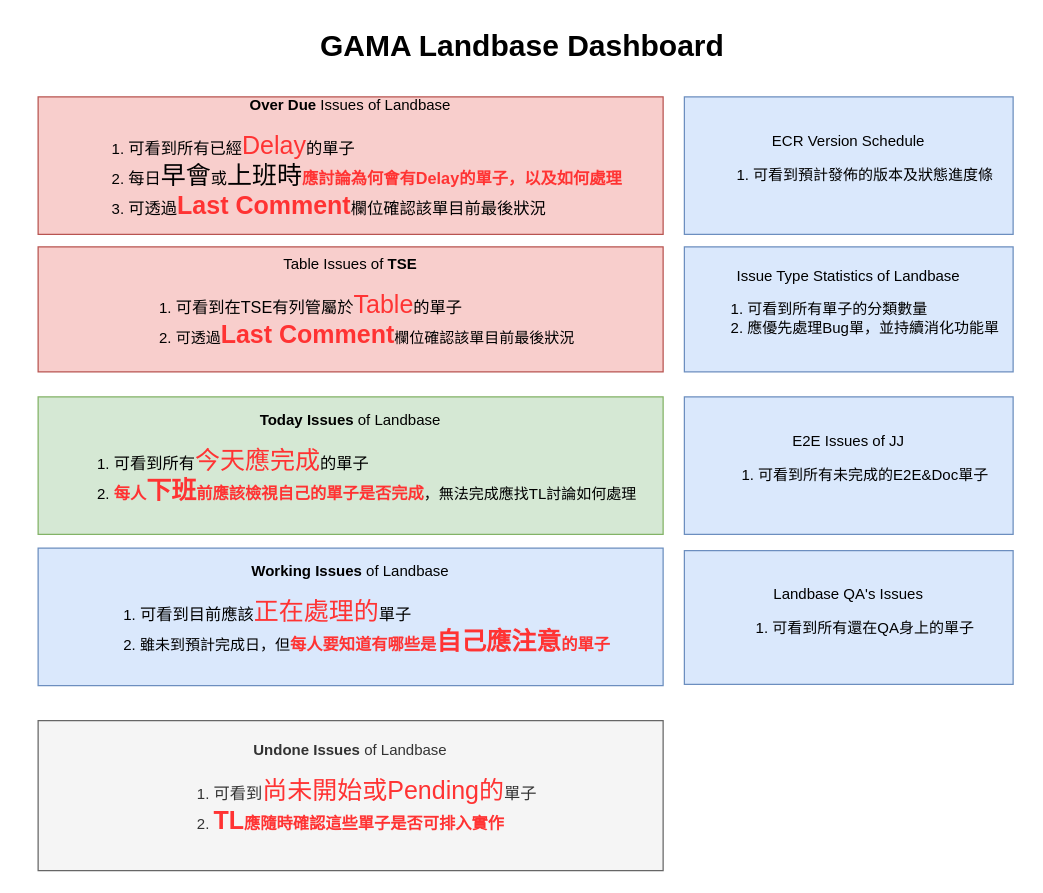
Above: Landbase Dashbase.drawio in pingle1202/JiraFlow (draw.io), before the change. Source tidied: cells renumbered, new cells numbered last; positions are measured from the earlier drawing's top-left corner, leaving out a move shared by most shapes. Both pictures are drawn from the tidied source at 125%, with x=0, y=0 at pixel (21, 21).
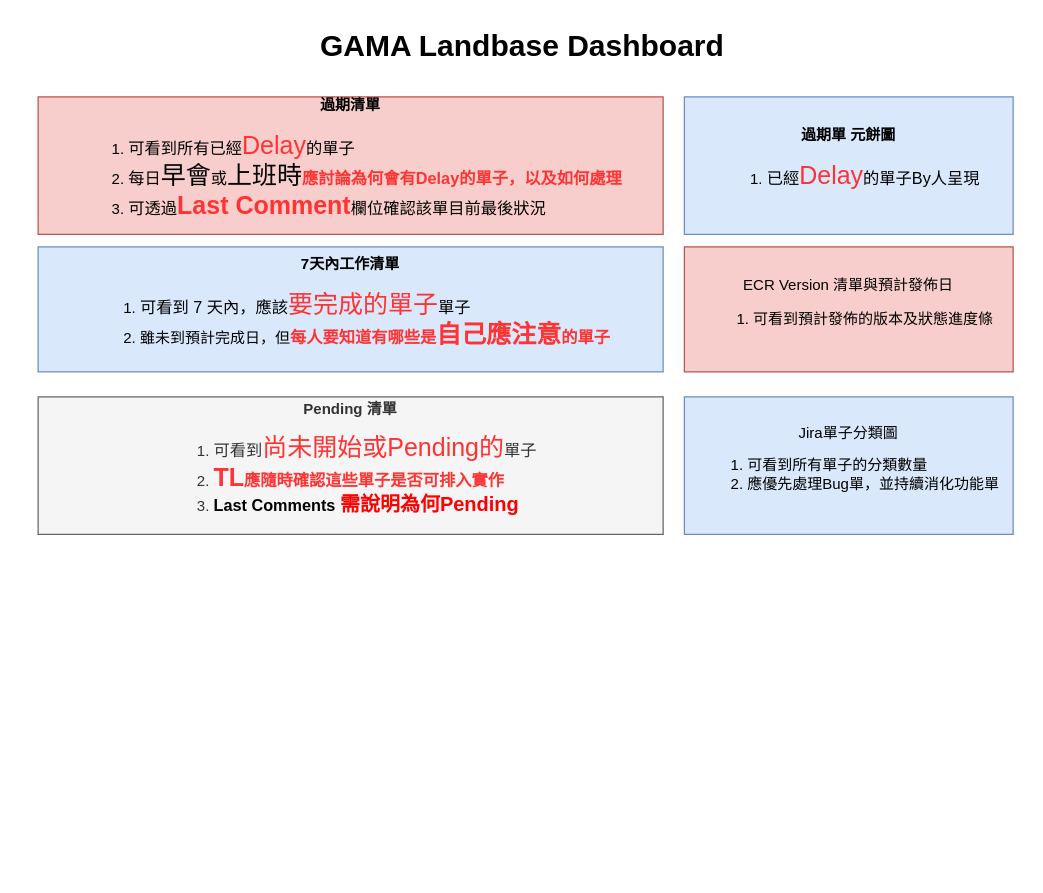
After the change.

Diff of the diagram source:
```diff
@@
 <mxGraphModel>
   <root>
     <mxCell id="0" />
     <mxCell id="1" parent="0" />
-    <mxCell id="2" value="&lt;b&gt;Over Due&lt;/b&gt; Issues of Landbase&lt;br&gt;&lt;ol&gt;&lt;li style=&quot;text-align: left&quot;&gt;&lt;span style=&quot;font-size: 13px&quot;&gt;可看到所有已經&lt;/span&gt;&lt;font style=&quot;font-size: 20px&quot; color=&quot;#ff3333&quot;&gt;Delay&lt;/font&gt;&lt;span style=&quot;font-size: 13px&quot;&gt;的單子&lt;/span&gt;&lt;/li&gt;&lt;li style=&quot;text-align: left&quot;&gt;&lt;span style=&quot;font-size: 13px&quot;&gt;每日&lt;/span&gt;&lt;font style=&quot;font-size: 20px&quot;&gt;早會&lt;/font&gt;&lt;span style=&quot;font-size: 13px&quot;&gt;或&lt;/span&gt;&lt;font style=&quot;font-size: 20px&quot;&gt;上班時&lt;/font&gt;&lt;font color=&quot;#ff3333&quot; style=&quot;font-size: 13px&quot;&gt;&lt;b&gt;應討論為何會有Delay的單子，以及如何處理&lt;/b&gt;&lt;/font&gt;&lt;/li&gt;&lt;li style=&quot;text-align: left&quot;&gt;&lt;span style=&quot;font-size: 13px&quot;&gt;可透過&lt;b style=&quot;font-size: 12px&quot;&gt;&lt;font color=&quot;#ff3333&quot; style=&quot;font-size: 20px&quot;&gt;Last Comment&lt;/font&gt;&lt;/b&gt;欄位確認該單目前最後狀況&lt;/span&gt;&lt;/li&gt;&lt;/ol&gt;" style="rounded=0;whiteSpace=wrap;html=1;fillColor=#f8cecc;strokeColor=#b85450;" parent="1" vertex="1">
+    <mxCell id="2" value="&lt;b&gt;過期清單&lt;/b&gt;&lt;br&gt;&lt;ol&gt;&lt;li style=&quot;text-align: left&quot;&gt;&lt;span style=&quot;font-size: 13px&quot;&gt;可看到所有已經&lt;/span&gt;&lt;font style=&quot;font-size: 20px&quot; color=&quot;#ff3333&quot;&gt;Delay&lt;/font&gt;&lt;span style=&quot;font-size: 13px&quot;&gt;的單子&lt;/span&gt;&lt;/li&gt;&lt;li style=&quot;text-align: left&quot;&gt;&lt;span style=&quot;font-size: 13px&quot;&gt;每日&lt;/span&gt;&lt;font style=&quot;font-size: 20px&quot;&gt;早會&lt;/font&gt;&lt;span style=&quot;font-size: 13px&quot;&gt;或&lt;/span&gt;&lt;font style=&quot;font-size: 20px&quot;&gt;上班時&lt;/font&gt;&lt;font color=&quot;#ff3333&quot; style=&quot;font-size: 13px&quot;&gt;&lt;b&gt;應討論為何會有Delay的單子，以及如何處理&lt;/b&gt;&lt;/font&gt;&lt;/li&gt;&lt;li style=&quot;text-align: left&quot;&gt;&lt;span style=&quot;font-size: 13px&quot;&gt;可透過&lt;b style=&quot;font-size: 12px&quot;&gt;&lt;font color=&quot;#ff3333&quot; style=&quot;font-size: 20px&quot;&gt;Last Comment&lt;/font&gt;&lt;/b&gt;欄位確認該單目前最後狀況&lt;/span&gt;&lt;/li&gt;&lt;/ol&gt;" style="rounded=0;whiteSpace=wrap;html=1;fillColor=#f8cecc;strokeColor=#b85450;" parent="1" vertex="1">
       <mxGeometry x="13" y="60" width="500" height="110" as="geometry" />
     </mxCell>
-    <mxCell id="3" value="ECR Version Schedule&lt;br&gt;&lt;div style=&quot;text-align: left&quot;&gt;&lt;ol&gt;&lt;li&gt;可看到預計發佈的版本及狀態進度條&lt;/li&gt;&lt;/ol&gt;&lt;/div&gt;" style="rounded=0;whiteSpace=wrap;html=1;fillColor=#dae8fc;strokeColor=#6c8ebf;" parent="1" vertex="1">
-      <mxGeometry x="530" y="60" width="263" height="110" as="geometry" />
+    <mxCell id="3" value="ECR Version 清單與預計發佈日&lt;br&gt;&lt;div style=&quot;text-align: left&quot;&gt;&lt;ol&gt;&lt;li&gt;可看到預計發佈的版本及狀態進度條&lt;/li&gt;&lt;/ol&gt;&lt;/div&gt;" style="rounded=0;whiteSpace=wrap;html=1;fillColor=#f8cecc;strokeColor=#b85450;" parent="1" vertex="1">
+      <mxGeometry x="530" y="180" width="263" height="100" as="geometry" />
     </mxCell>
-    <mxCell id="4" value="&lt;b&gt;Today Issues&lt;/b&gt; of Landbase&lt;br&gt;&lt;ol&gt;&lt;li style=&quot;text-align: left&quot;&gt;&lt;span style=&quot;font-size: 13px&quot;&gt;可看到所有&lt;/span&gt;&lt;font style=&quot;font-size: 20px&quot; color=&quot;#ff3333&quot;&gt;今天應完成&lt;/font&gt;&lt;span style=&quot;font-size: 13px&quot;&gt;的單子&lt;/span&gt;&lt;/li&gt;&lt;li style=&quot;text-align: left&quot;&gt;&lt;font color=&quot;#ff3333&quot;&gt;&lt;b&gt;&lt;span style=&quot;font-size: 13px&quot;&gt;每人&lt;/span&gt;&lt;font style=&quot;font-size: 20px&quot;&gt;下班&lt;/font&gt;&lt;span style=&quot;font-size: 13px&quot;&gt;前應該檢視自己的單子是否完成&lt;/span&gt;&lt;/b&gt;&lt;/font&gt;，無法完成應找TL討論如何處理&lt;/li&gt;&lt;/ol&gt;" style="rounded=0;whiteSpace=wrap;html=1;fillColor=#d5e8d4;strokeColor=#82b366;" parent="1" vertex="1">
-      <mxGeometry x="13" y="300" width="500" height="110" as="geometry" />
-    </mxCell>
-    <mxCell id="5" value="Issue Type Statistics of Landbase&lt;br&gt;&lt;div style=&quot;text-align: left&quot;&gt;&lt;ol&gt;&lt;li&gt;可看到所有單子的分類數量&lt;/li&gt;&lt;li&gt;應優先處理Bug單，並持續消化功能單&lt;/li&gt;&lt;/ol&gt;&lt;/div&gt;" style="rounded=0;whiteSpace=wrap;html=1;fillColor=#dae8fc;strokeColor=#6c8ebf;" parent="1" vertex="1">
-      <mxGeometry x="530" y="180" width="263" height="100" as="geometry" />
+    <mxCell id="5" value="Jira單子分類圖&lt;br&gt;&lt;div style=&quot;text-align: left&quot;&gt;&lt;ol&gt;&lt;li&gt;可看到所有單子的分類數量&lt;/li&gt;&lt;li&gt;應優先處理Bug單，並持續消化功能單&lt;/li&gt;&lt;/ol&gt;&lt;/div&gt;" style="rounded=0;whiteSpace=wrap;html=1;fillColor=#dae8fc;strokeColor=#6c8ebf;" parent="1" vertex="1">
+      <mxGeometry x="530" y="300" width="263" height="110" as="geometry" />
     </mxCell>
-    <mxCell id="6" value="E2E Issues of JJ&lt;br&gt;&lt;ol&gt;&lt;li style=&quot;text-align: left&quot;&gt;可看到所有未完成的E2E&amp;amp;Doc單子&lt;/li&gt;&lt;/ol&gt;" style="rounded=0;whiteSpace=wrap;html=1;fillColor=#dae8fc;strokeColor=#6c8ebf;" parent="1" vertex="1">
-      <mxGeometry x="530" y="300" width="263" height="110" as="geometry" />
+    <mxCell id="6" value="&lt;b&gt;過期單 元餅圖&lt;/b&gt;&lt;br&gt;&lt;ol&gt;&lt;li style=&quot;text-align: left&quot;&gt;&lt;span style=&quot;font-size: 13px&quot;&gt;已經&lt;/span&gt;&lt;font color=&quot;#ff3333&quot; style=&quot;font-size: 20px&quot;&gt;Delay&lt;/font&gt;&lt;span style=&quot;font-size: 13px&quot;&gt;的單子By人呈現&lt;/span&gt;&lt;/li&gt;&lt;/ol&gt;" style="rounded=0;whiteSpace=wrap;html=1;fillColor=#dae8fc;strokeColor=#6c8ebf;" parent="1" vertex="1">
+      <mxGeometry x="530" y="60" width="263" height="110" as="geometry" />
     </mxCell>
-    <mxCell id="7" value="&lt;b&gt;Working Issues&lt;/b&gt; of Landbase&lt;br&gt;&lt;ol&gt;&lt;li style=&quot;text-align: left&quot;&gt;&lt;span style=&quot;font-size: 13px&quot;&gt;可看到目前應該&lt;/span&gt;&lt;font style=&quot;font-size: 20px&quot; color=&quot;#ff3333&quot;&gt;正在處理的&lt;/font&gt;&lt;span style=&quot;font-size: 13px&quot;&gt;單子&lt;/span&gt;&lt;/li&gt;&lt;li style=&quot;text-align: left&quot;&gt;雖未到預計完成日，但&lt;b&gt;&lt;font color=&quot;#ff3333&quot;&gt;&lt;span style=&quot;font-size: 13px&quot;&gt;每人要知道有哪些是&lt;/span&gt;&lt;font style=&quot;font-size: 20px&quot;&gt;自己應注意&lt;/font&gt;&lt;span style=&quot;font-size: 13px&quot;&gt;的單子&lt;/span&gt;&lt;/font&gt;&lt;/b&gt;&lt;/li&gt;&lt;/ol&gt;" style="rounded=0;whiteSpace=wrap;html=1;fillColor=#dae8fc;strokeColor=#6c8ebf;" parent="1" vertex="1">
-      <mxGeometry x="13" y="421" width="500" height="110" as="geometry" />
+    <mxCell id="7" value="&lt;b&gt;7天內工作清單&lt;/b&gt;&lt;br&gt;&lt;ol&gt;&lt;li style=&quot;text-align: left&quot;&gt;&lt;span style=&quot;font-size: 13px&quot;&gt;可看到 7 天內，應該&lt;/span&gt;&lt;font style=&quot;font-size: 20px&quot; color=&quot;#ff3333&quot;&gt;要完成的單子&lt;/font&gt;&lt;span style=&quot;font-size: 13px&quot;&gt;單子&lt;/span&gt;&lt;/li&gt;&lt;li style=&quot;text-align: left&quot;&gt;雖未到預計完成日，但&lt;b&gt;&lt;font color=&quot;#ff3333&quot;&gt;&lt;span style=&quot;font-size: 13px&quot;&gt;每人要知道有哪些是&lt;/span&gt;&lt;font style=&quot;font-size: 20px&quot;&gt;自己應注意&lt;/font&gt;&lt;span style=&quot;font-size: 13px&quot;&gt;的單子&lt;/span&gt;&lt;/font&gt;&lt;/b&gt;&lt;/li&gt;&lt;/ol&gt;" style="rounded=0;whiteSpace=wrap;html=1;fillColor=#dae8fc;strokeColor=#6c8ebf;" parent="1" vertex="1">
+      <mxGeometry x="13" y="180" width="500" height="100" as="geometry" />
     </mxCell>
-    <mxCell id="8" value="&lt;b&gt;Undone Issues&lt;/b&gt; of Landbase&lt;br&gt;&lt;ol&gt;&lt;li style=&quot;text-align: left&quot;&gt;&lt;span style=&quot;font-size: 13px&quot;&gt;可看到&lt;/span&gt;&lt;font style=&quot;font-size: 20px&quot; color=&quot;#ff3333&quot;&gt;尚未開始或Pending的&lt;/font&gt;&lt;span style=&quot;font-size: 13px&quot;&gt;單子&lt;/span&gt;&lt;/li&gt;&lt;li style=&quot;text-align: left&quot;&gt;&lt;b&gt;&lt;font color=&quot;#ff3333&quot;&gt;&lt;font style=&quot;font-size: 20px&quot;&gt;TL&lt;/font&gt;&lt;span style=&quot;font-size: 13px&quot;&gt;應隨時確認這些單子是否可排入實作&lt;/span&gt;&lt;/font&gt;&lt;/b&gt;&lt;/li&gt;&lt;/ol&gt;" style="rounded=0;whiteSpace=wrap;html=1;fillColor=#f5f5f5;strokeColor=#666666;fontColor=#333333;" parent="1" vertex="1">
-      <mxGeometry x="13" y="559" width="500" height="120" as="geometry" />
+    <mxCell id="8" value="&lt;b&gt;Pending 清單&lt;/b&gt;&lt;br&gt;&lt;ol&gt;&lt;li style=&quot;text-align: left&quot;&gt;&lt;span style=&quot;font-size: 13px&quot;&gt;可看到&lt;/span&gt;&lt;font style=&quot;font-size: 20px&quot; color=&quot;#ff3333&quot;&gt;尚未開始或Pending的&lt;/font&gt;&lt;span style=&quot;font-size: 13px&quot;&gt;單子&lt;/span&gt;&lt;/li&gt;&lt;li style=&quot;text-align: left&quot;&gt;&lt;b&gt;&lt;font color=&quot;#ff3333&quot;&gt;&lt;font style=&quot;font-size: 20px&quot;&gt;TL&lt;/font&gt;&lt;span style=&quot;font-size: 13px&quot;&gt;應隨時確認這些單子是否可排入實作&lt;/span&gt;&lt;/font&gt;&lt;/b&gt;&lt;/li&gt;&lt;li style=&quot;text-align: left&quot;&gt;&lt;b&gt;&lt;font color=&quot;#000000&quot; style=&quot;font-size: 13px&quot;&gt;Last Comments &lt;/font&gt;&lt;font color=&quot;#ff0000&quot; style=&quot;font-size: 16px&quot;&gt;需說明為何Pending&lt;/font&gt;&lt;/b&gt;&lt;/li&gt;&lt;/ol&gt;" style="rounded=0;whiteSpace=wrap;html=1;fillColor=#f5f5f5;strokeColor=#666666;fontColor=#333333;" parent="1" vertex="1">
+      <mxGeometry x="13" y="300" width="500" height="110" as="geometry" />
     </mxCell>
     <mxCell id="9" value="GAMA Landbase Dashboard" style="text;strokeColor=none;fillColor=none;html=1;fontSize=24;fontStyle=1;verticalAlign=middle;align=center;" parent="1" vertex="1">
       <mxGeometry width="800" height="40" as="geometry" />
     </mxCell>
-    <mxCell id="10" value="Landbase QA's Issues&lt;br&gt;&lt;ol&gt;&lt;li style=&quot;text-align: left&quot;&gt;可看到所有還在QA身上的單子&lt;/li&gt;&lt;/ol&gt;" style="rounded=0;whiteSpace=wrap;html=1;fillColor=#dae8fc;strokeColor=#6c8ebf;" parent="1" vertex="1">
-      <mxGeometry x="530" y="423" width="263" height="107" as="geometry" />
-    </mxCell>
-    <mxCell id="11" value="Table Issues of &lt;b&gt;TSE&lt;/b&gt;&lt;br&gt;&lt;ol&gt;&lt;li style=&quot;text-align: left&quot;&gt;&lt;span style=&quot;font-size: 13px&quot;&gt;可看到在TSE有列管屬於&lt;/span&gt;&lt;font style=&quot;font-size: 20px&quot; color=&quot;#ff3333&quot;&gt;Table&lt;/font&gt;&lt;span style=&quot;font-size: 13px&quot;&gt;的單子&lt;/span&gt;&lt;/li&gt;&lt;li style=&quot;text-align: left&quot;&gt;可透過&lt;b&gt;&lt;font style=&quot;font-size: 20px&quot; color=&quot;#ff3333&quot;&gt;Last Comment&lt;/font&gt;&lt;/b&gt;欄位確認該單目前最後狀況&lt;/li&gt;&lt;/ol&gt;" style="rounded=0;whiteSpace=wrap;html=1;fillColor=#f8cecc;strokeColor=#b85450;" parent="1" vertex="1">
-      <mxGeometry x="13" y="180" width="500" height="100" as="geometry" />
-    </mxCell>
   </root>
 </mxGraphModel>
```
